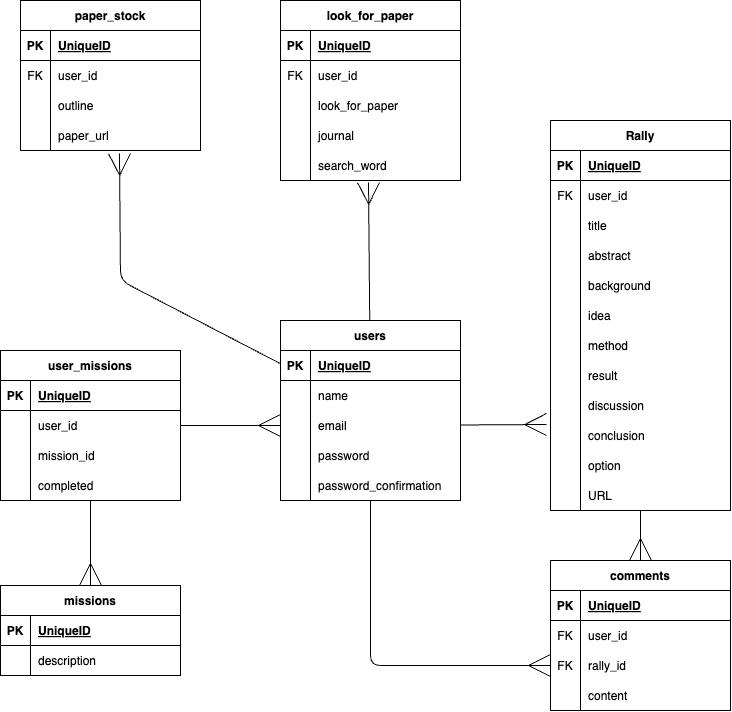
This is database.png from Pokesyoum/TechRally, a draw.io export, as it was before one commit. Source tidied: cells renumbered, new cells last; positions are measured from the earlier drawing's top-left corner, leaving out a move shared by most shapes.
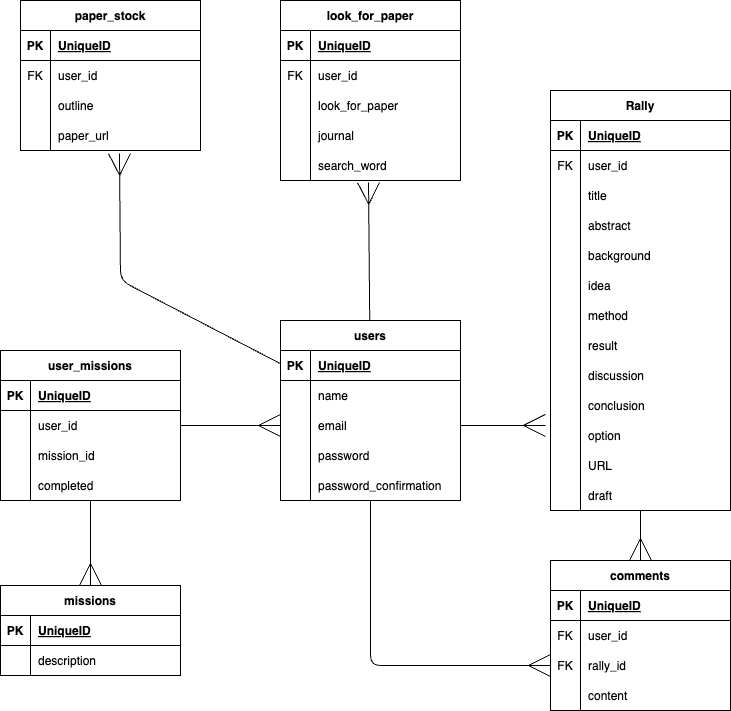
Later version of the same file.

Commit message:
READMEのER図の差し替え

What changed in the source:
```diff
@@ -71,7 +71,7 @@
       <mxGeometry relative="1" as="geometry" />
     </mxCell>
     <mxCell id="22" value="Rally" style="shape=table;startSize=30;rowLines=0;fontStyle=1;align=center;" parent="1" vertex="1">
-      <mxGeometry x="550" y="120" width="180" height="390" as="geometry" />
+      <mxGeometry x="550" y="90" width="180" height="420" as="geometry" />
     </mxCell>
     <mxCell id="23" style="shape=tableRow;horizontal=0;startSize=0;swimlaneHead=0;swimlaneBody=0;fillColor=none;top=0;left=0;right=0;bottom=1;" parent="22" vertex="1">
       <mxGeometry y="30" width="180" height="30" as="geometry" />
@@ -181,6 +181,15 @@
     <mxCell id="58" value="URL" style="shape=partialRectangle;fillColor=none;top=0;left=0;bottom=0;right=0;align=left;spacingLeft=6;overflow=hidden;" parent="56" vertex="1">
       <mxGeometry x="30" width="150" height="30" as="geometry" />
     </mxCell>
+    <mxCell id="124" style="shape=tableRow;horizontal=0;startSize=0;swimlaneHead=0;swimlaneBody=0;fillColor=none;top=0;left=0;right=0;bottom=0;" parent="22" vertex="1">
+      <mxGeometry y="390" width="180" height="30" as="geometry" />
+    </mxCell>
+    <mxCell id="125" style="shape=partialRectangle;fillColor=none;top=0;left=0;bottom=0;right=0;overflow=hidden;" parent="124" vertex="1">
+      <mxGeometry width="30" height="30" as="geometry" />
+    </mxCell>
+    <mxCell id="126" value="draft" style="shape=partialRectangle;fillColor=none;top=0;left=0;bottom=0;right=0;align=left;spacingLeft=6;overflow=hidden;" parent="124" vertex="1">
+      <mxGeometry x="30" width="150" height="30" as="geometry" />
+    </mxCell>
     <mxCell id="59" value="comments" style="shape=table;startSize=30;rowLines=0;fontStyle=1;align=center;" parent="1" vertex="1">
       <mxGeometry x="550" y="560" width="180" height="150" as="geometry" />
     </mxCell>
@@ -220,7 +229,7 @@
     <mxCell id="71" value="content" style="shape=partialRectangle;fillColor=none;top=0;left=0;bottom=0;right=0;align=left;spacingLeft=6;overflow=hidden;" parent="69" vertex="1">
       <mxGeometry x="30" width="150" height="30" as="geometry" />
     </mxCell>
-    <mxCell id="72" style="edgeStyle=none;html=1;endArrow=ERmany;endFill=0;endSize=20;entryX=-0.022;entryY=0.133;entryDx=0;entryDy=0;entryPerimeter=0;" parent="1" edge="1" source="12" target="50">
+    <mxCell id="72" style="edgeStyle=none;html=1;endArrow=ERmany;endFill=0;endSize=20;entryX=-0.028;entryY=0.167;entryDx=0;entryDy=0;entryPerimeter=0;exitX=1;exitY=0.5;exitDx=0;exitDy=0;" parent="1" edge="1" source="12" target="53">
       <mxGeometry relative="1" as="geometry" />
     </mxCell>
     <mxCell id="73" style="edgeStyle=none;html=1;entryX=0;entryY=0.5;entryDx=0;entryDy=0;endArrow=ERmany;endFill=0;endSize=20;" parent="1" edge="1" source="75" target="12">
```
